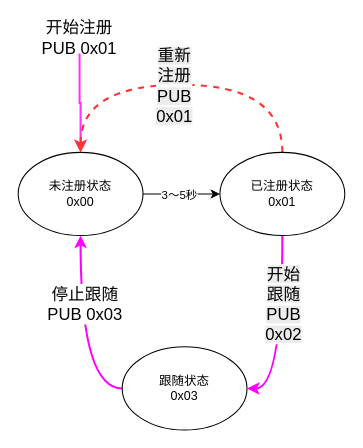
The draw.io diagram WorkSpace/ObjectTrack/track_api.drawio in mailonghua/drawio, before the edit. Source tidied: cells renumbered, new cells numbered last; positions are measured from the earlier drawing's top-left corner, leaving out a move shared by most shapes. Both pictures are drawn from the tidied source at 104%, with x=0, y=0 at pixel (18, 22).
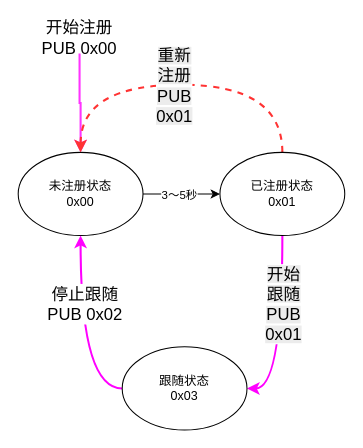
Above is the later version.

Change to the diagram source:
```diff
@@
 <mxGraphModel>
   <root>
     <mxCell id="0" />
     <mxCell id="1" parent="0" />
     <mxCell id="2" style="edgeStyle=orthogonalEdgeStyle;rounded=0;jettySize=auto;html=1;exitX=1;exitY=0.5;exitDx=0;exitDy=0;entryX=0;entryY=0.5;entryDx=0;entryDy=0;" parent="1" edge="1" source="5" target="11">
       <mxGeometry relative="1" as="geometry" />
     </mxCell>
     <mxCell id="3" value="3～5秒" style="edgeLabel;html=1;align=center;verticalAlign=middle;" parent="2" vertex="1">
       <mxGeometry x="-0.09" relative="1" as="geometry" />
     </mxCell>
     <mxCell id="4" style="edgeStyle=orthogonalEdgeStyle;rounded=0;jettySize=auto;html=1;exitX=0.5;exitY=0;exitDx=0;exitDy=0;startArrow=classic;startFill=1;strokeWidth=2;endArrow=none;endFill=0;strokeColor=#FF33FF;" parent="1" edge="1" source="5" target="6">
       <mxGeometry relative="1" as="geometry" />
     </mxCell>
     <mxCell id="5" value="未注册状态&lt;br&gt;0x00" style="ellipse;whiteSpace=wrap;html=1;" parent="1" vertex="1">
       <mxGeometry y="125" width="120" height="80" as="geometry" />
     </mxCell>
-    <mxCell id="6" value="开始注册&lt;br&gt;PUB 0x01" style="text;html=1;whiteSpace=wrap;strokeColor=none;fillColor=none;align=center;verticalAlign=middle;rounded=0;fontSize=16;" parent="1" vertex="1">
+    <mxCell id="6" value="开始注册&lt;br&gt;PUB 0x00" style="text;html=1;whiteSpace=wrap;strokeColor=none;fillColor=none;align=center;verticalAlign=middle;rounded=0;fontSize=16;" parent="1" vertex="1">
       <mxGeometry x="4" width="110" height="30" as="geometry" />
     </mxCell>
     <mxCell id="7" style="edgeStyle=orthogonalEdgeStyle;rounded=0;jettySize=auto;html=1;strokeWidth=2;strokeColor=#FF00FF;curved=1;entryX=1;entryY=0.5;entryDx=0;entryDy=0;" parent="1" edge="1" source="11" target="14">
       <mxGeometry relative="1" as="geometry" />
     </mxCell>
-    <mxCell id="8" value="&lt;span style=&quot;font-size: 16px; text-wrap: wrap; background-color: rgb(236, 236, 236);&quot;&gt;开始跟随&lt;br&gt;PUB 0x02&lt;/span&gt;" style="edgeLabel;html=1;align=center;verticalAlign=middle;" parent="7" vertex="1">
+    <mxCell id="8" value="&lt;span style=&quot;font-size: 16px; text-wrap: wrap; background-color: rgb(236, 236, 236);&quot;&gt;开始跟随&lt;br&gt;PUB 0x01&lt;/span&gt;" style="edgeLabel;html=1;align=center;verticalAlign=middle;" parent="7" vertex="1">
       <mxGeometry x="-0.13" y="-2" relative="1" as="geometry">
         <mxPoint x="2" y="-14" as="offset" />
       </mxGeometry>
     </mxCell>
     <mxCell id="9" style="edgeStyle=orthogonalEdgeStyle;curved=1;rounded=0;jettySize=auto;html=1;exitX=0.5;exitY=0;exitDx=0;exitDy=0;entryX=0.5;entryY=0;entryDx=0;entryDy=0;strokeWidth=2;dashed=1;strokeColor=#FF3333;" parent="1" edge="1" source="11" target="5">
       <mxGeometry relative="1" as="geometry">
         <Array as="points">
           <mxPoint x="254" y="60" />
           <mxPoint x="60" y="60" />
         </Array>
       </mxGeometry>
     </mxCell>
     <mxCell id="10" value="&lt;span style=&quot;font-size: 16px; text-wrap: wrap; background-color: rgb(236, 236, 236);&quot;&gt;重新注册&lt;/span&gt;&lt;br style=&quot;font-size: 16px; text-wrap: wrap; background-color: rgb(236, 236, 236);&quot;&gt;&lt;span style=&quot;font-size: 16px; text-wrap: wrap; background-color: rgb(236, 236, 236);&quot;&gt;PUB 0x01&lt;/span&gt;" style="edgeLabel;html=1;align=center;verticalAlign=middle;" parent="9" vertex="1">
       <mxGeometry x="0.05" relative="1" as="geometry" />
     </mxCell>
     <mxCell id="11" value="已注册状态&lt;br&gt;0x01" style="ellipse;whiteSpace=wrap;html=1;" parent="1" vertex="1">
       <mxGeometry x="194" y="125" width="120" height="80" as="geometry" />
     </mxCell>
     <mxCell id="12" style="edgeStyle=orthogonalEdgeStyle;rounded=0;jettySize=auto;html=1;exitX=0;exitY=0.5;exitDx=0;exitDy=0;entryX=0.5;entryY=1;entryDx=0;entryDy=0;curved=1;strokeWidth=2;strokeColor=#FF00FF;" parent="1" edge="1" source="14" target="5">
       <mxGeometry relative="1" as="geometry" />
     </mxCell>
-    <mxCell id="13" value="停止跟随&lt;br&gt;PUB 0x03" style="edgeLabel;html=1;align=center;verticalAlign=middle;fontSize=16;" parent="12" vertex="1">
+    <mxCell id="13" value="停止跟随&lt;br&gt;PUB 0x02" style="edgeLabel;html=1;align=center;verticalAlign=middle;fontSize=16;" parent="12" vertex="1">
       <mxGeometry x="0.3" y="-3" relative="1" as="geometry" />
     </mxCell>
     <mxCell id="14" value="跟随状态&lt;br&gt;0x03" style="ellipse;whiteSpace=wrap;html=1;" parent="1" vertex="1">
       <mxGeometry x="100" y="312" width="120" height="80" as="geometry" />
     </mxCell>
   </root>
 </mxGraphModel>
```
